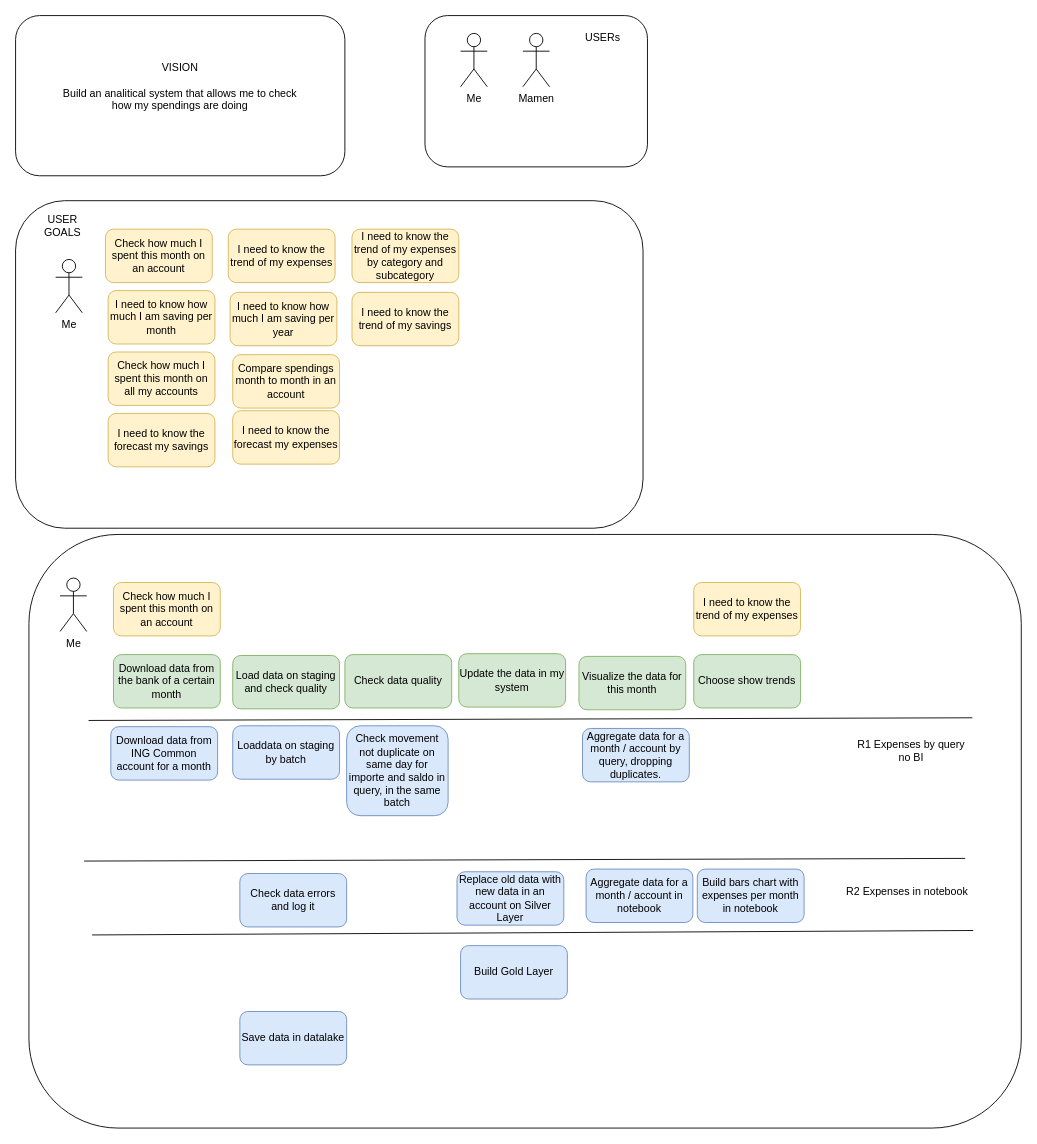
cperezh/DataEng_Patterns keeps this draw.io diagram as page "User Story Mapping" (1 of 6) of diagrams.dio. Above is the earlier version. Source tidied: cells renumbered, new cells numbered last; positions are measured from the earlier drawing's top-left corner, leaving out a move shared by most shapes. Both pictures are drawn from the tidied source at 89%, with x=0, y=0 at pixel (15, 15).
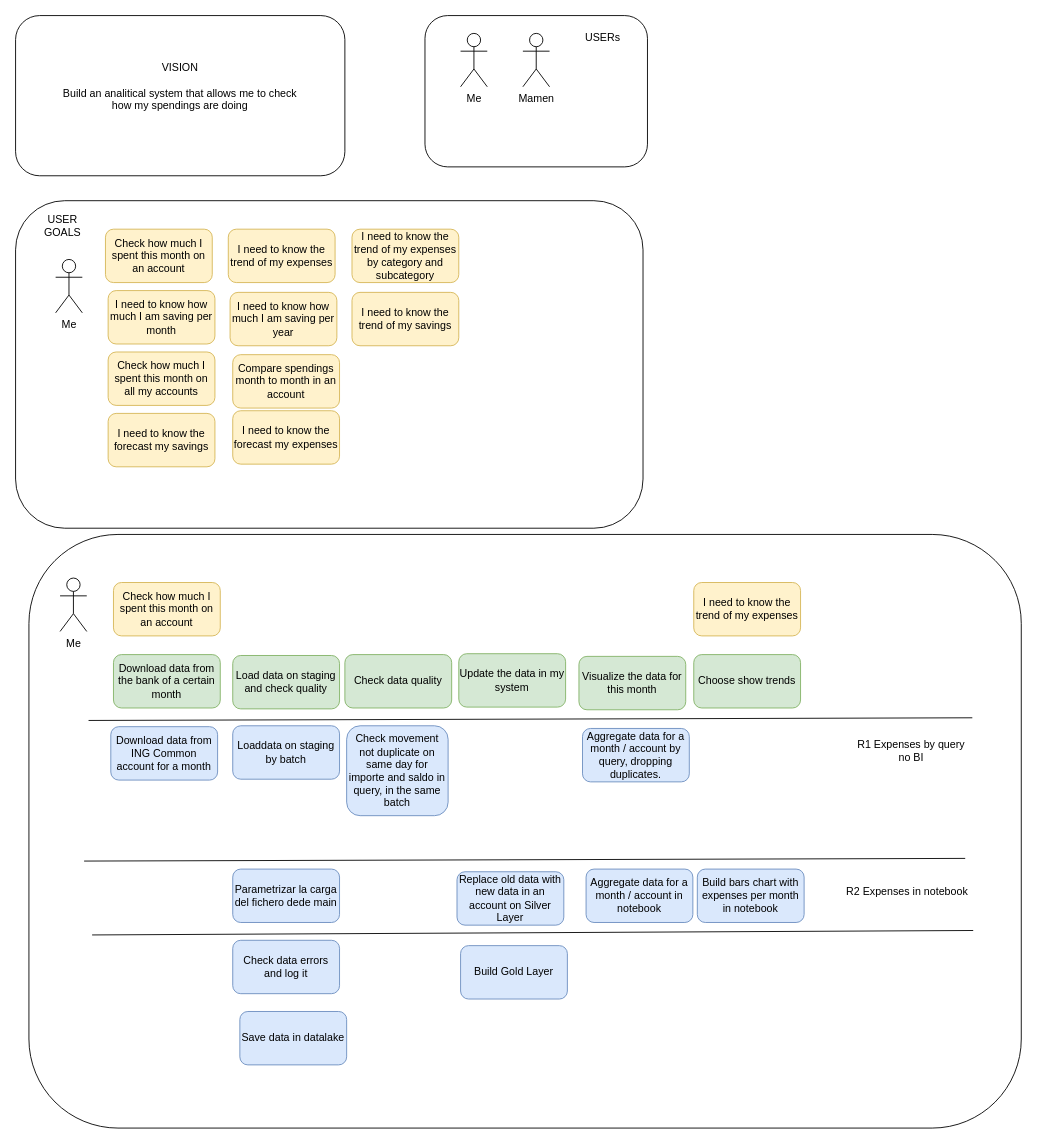
After the change.

Diff of the diagram source:
```diff
@@
     <mxCell id="45" value="Check data errors and log it" style="rounded=1;whiteSpace=wrap;html=1;strokeColor=#6c8ebf;align=center;verticalAlign=middle;fontFamily=Helvetica;fontSize=12;fillColor=#dae8fc;" parent="1" vertex="1">
-      <mxGeometry x="252" y="964" width="120" height="60" as="geometry" />
+      <mxGeometry x="244" y="1039" width="120" height="60" as="geometry" />
     </mxCell>
+    <mxCell id="46" value="Parametrizar la carga del fichero dede main" style="rounded=1;whiteSpace=wrap;html=1;strokeColor=#6c8ebf;align=center;verticalAlign=middle;fontFamily=Helvetica;fontSize=12;fillColor=#dae8fc;" parent="1" vertex="1">
+      <mxGeometry x="244" y="959" width="120" height="60" as="geometry" />
+    </mxCell>
```
